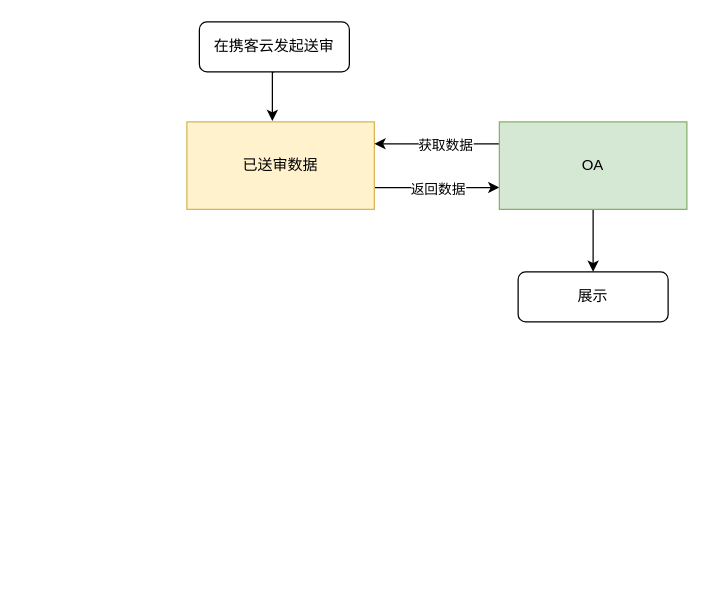
Before: OA对接携客云SRM.drawio in pbm0802/GitIDEATest, a draw.io diagram. Source tidied: cells renumbered, new cells numbered last; positions are measured from the earlier drawing's top-left corner, leaving out a move shared by most shapes. Both pictures are drawn from the tidied source at 125%, with x=0, y=0 at pixel (186, 21).
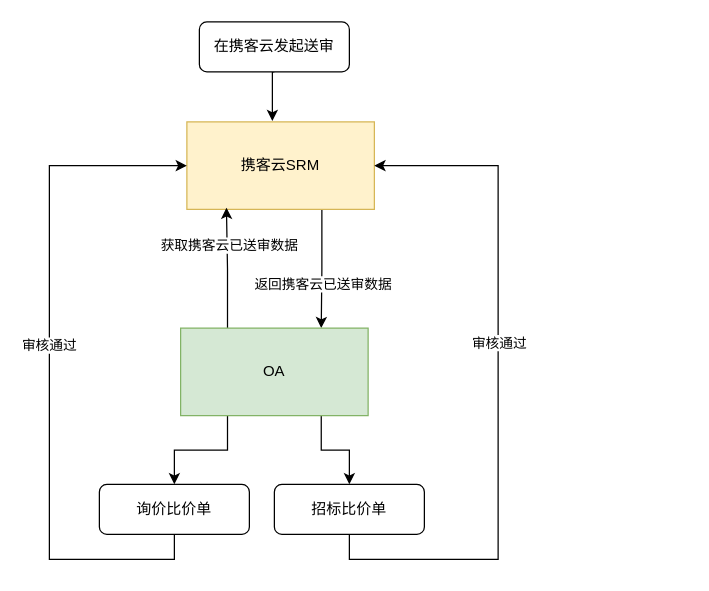
The same diagram, later.

Commit message (it also covers changes not shown here):
更新OA对接携客云SRM.drawio

Diff of the diagram source:
```diff
@@
-    <mxCell id="4" style="edgeStyle=orthogonalEdgeStyle;rounded=0;jettySize=auto;html=1;exitX=1;exitY=0.75;exitDx=0;exitDy=0;entryX=0;entryY=0.75;entryDx=0;entryDy=0;" parent="1" edge="1" source="6" target="11">
-      <mxGeometry relative="1" as="geometry" />
+    <mxCell id="4" style="edgeStyle=orthogonalEdgeStyle;rounded=0;jettySize=auto;html=1;exitX=0.75;exitY=1;exitDx=0;exitDy=0;entryX=0.75;entryY=0;entryDx=0;entryDy=0;" parent="1" edge="1" source="6" target="11">
+      <mxGeometry relative="1" as="geometry">
+        <Array as="points">
+          <mxPoint x="108" y="150" />
+          <mxPoint x="108" y="198" />
+        </Array>
+      </mxGeometry>
     </mxCell>
-    <mxCell id="5" value="返回数据" style="edgeLabel;html=1;align=center;verticalAlign=middle;" parent="4" vertex="1">
-      <mxGeometry x="-0.06" y="-1" relative="1" as="geometry">
-        <mxPoint x="3" as="offset" />
-      </mxGeometry>
-    </mxCell>
+    <mxCell id="12" value="返回携客云已送审数据" style="edgeLabel;html=1;align=center;verticalAlign=middle;" parent="4" vertex="1">
+      <mxGeometry x="0.28" y="1" relative="1" as="geometry" />
+    </mxCell>
-    <mxCell id="6" value="已送审数据" style="rounded=0;whiteSpace=wrap;html=1;fillColor=#fff2cc;strokeColor=#d6b656;" parent="1" vertex="1">
+    <mxCell id="6" value="携客云SRM" style="rounded=0;whiteSpace=wrap;html=1;fillColor=#fff2cc;strokeColor=#d6b656;" parent="1" vertex="1">
       <mxGeometry y="80" width="150" height="70" as="geometry" />
     </mxCell>
-    <mxCell id="7" value="展示" style="rounded=1;whiteSpace=wrap;html=1;fontSize=12;glass=0;strokeWidth=1;shadow=0;" parent="1" vertex="1">
-      <mxGeometry x="265" y="200" width="120" height="40" as="geometry" />
-    </mxCell>
-    <mxCell id="8" style="edgeStyle=orthogonalEdgeStyle;rounded=0;jettySize=auto;html=1;exitX=0;exitY=0.25;exitDx=0;exitDy=0;entryX=1;entryY=0.25;entryDx=0;entryDy=0;" parent="1" edge="1" source="11" target="6">
+    <mxCell id="8" style="edgeStyle=orthogonalEdgeStyle;rounded=0;jettySize=auto;html=1;exitX=0.25;exitY=0;exitDx=0;exitDy=0;entryX=0.211;entryY=0.981;entryDx=0;entryDy=0;entryPerimeter=0;" parent="1" edge="1" source="11" target="6">
       <mxGeometry relative="1" as="geometry" />
     </mxCell>
-    <mxCell id="9" value="获取数据" style="edgeLabel;html=1;align=center;verticalAlign=middle;" parent="8" vertex="1">
-      <mxGeometry x="-0.12" y="1" relative="1" as="geometry" />
-    </mxCell>
-    <mxCell id="10" style="edgeStyle=orthogonalEdgeStyle;rounded=0;jettySize=auto;html=1;exitX=0.5;exitY=1;exitDx=0;exitDy=0;entryX=0.5;entryY=0;entryDx=0;entryDy=0;" parent="1" edge="1" source="11" target="7">
-      <mxGeometry relative="1" as="geometry" />
-    </mxCell>
+    <mxCell id="13" value="获取携客云已送审数据" style="edgeLabel;html=1;align=center;verticalAlign=middle;" parent="8" vertex="1">
+      <mxGeometry x="-0.03" relative="1" as="geometry">
+        <mxPoint x="1" y="-20" as="offset" />
+      </mxGeometry>
+    </mxCell>
+    <mxCell id="14" style="edgeStyle=orthogonalEdgeStyle;rounded=0;jettySize=auto;html=1;exitX=0.25;exitY=1;exitDx=0;exitDy=0;entryX=0.5;entryY=0;entryDx=0;entryDy=0;" parent="1" edge="1" source="11" target="18">
+      <mxGeometry relative="1" as="geometry" />
+    </mxCell>
+    <mxCell id="15" style="edgeStyle=orthogonalEdgeStyle;rounded=0;jettySize=auto;html=1;exitX=0.75;exitY=1;exitDx=0;exitDy=0;entryX=0.5;entryY=0;entryDx=0;entryDy=0;" parent="1" edge="1" source="11" target="21">
+      <mxGeometry relative="1" as="geometry" />
+    </mxCell>
     <mxCell id="11" value="OA" style="rounded=0;whiteSpace=wrap;html=1;fillColor=#d5e8d4;strokeColor=#82b366;" parent="1" vertex="1">
-      <mxGeometry x="250" y="80" width="150" height="70" as="geometry" />
+      <mxGeometry x="-5" y="245" width="150" height="70" as="geometry" />
     </mxCell>
+    <mxCell id="16" style="edgeStyle=orthogonalEdgeStyle;rounded=0;orthogonalLoop=1;jettySize=auto;html=1;exitX=0.5;exitY=1;exitDx=0;exitDy=0;entryX=0;entryY=0.5;entryDx=0;entryDy=0;" parent="1" edge="1">
+      <mxGeometry relative="1" as="geometry">
+        <mxPoint x="-10" y="410" as="sourcePoint" />
+        <mxPoint y="115" as="targetPoint" />
+        <Array as="points">
+          <mxPoint x="-10" y="430" />
+          <mxPoint x="-110" y="430" />
+          <mxPoint x="-110" y="115" />
+        </Array>
+      </mxGeometry>
+    </mxCell>
+    <mxCell id="17" value="审核通过" style="edgeLabel;html=1;align=center;verticalAlign=middle;" parent="16" vertex="1">
+      <mxGeometry x="0.07" y="1" relative="1" as="geometry" />
+    </mxCell>
+    <mxCell id="18" value="询价比价单" style="rounded=1;whiteSpace=wrap;html=1;fontSize=12;glass=0;strokeWidth=1;shadow=0;" parent="1" vertex="1">
+      <mxGeometry x="-70" y="370" width="120" height="40" as="geometry" />
+    </mxCell>
+    <mxCell id="19" style="edgeStyle=orthogonalEdgeStyle;rounded=0;jettySize=auto;html=1;exitX=0.5;exitY=1;exitDx=0;exitDy=0;entryX=1;entryY=0.5;entryDx=0;entryDy=0;" parent="1" edge="1" source="21" target="6">
+      <mxGeometry relative="1" as="geometry">
+        <Array as="points">
+          <mxPoint x="130" y="430" />
+          <mxPoint x="249" y="430" />
+          <mxPoint x="249" y="115" />
+        </Array>
+      </mxGeometry>
+    </mxCell>
+    <mxCell id="20" value="审核通过" style="edgeLabel;html=1;align=center;verticalAlign=middle;" parent="19" vertex="1">
+      <mxGeometry x="0.15" relative="1" as="geometry">
+        <mxPoint y="5" as="offset" />
+      </mxGeometry>
+    </mxCell>
+    <mxCell id="21" value="招标比价单" style="rounded=1;whiteSpace=wrap;html=1;fontSize=12;glass=0;strokeWidth=1;shadow=0;" parent="1" vertex="1">
+      <mxGeometry x="70" y="370" width="120" height="40" as="geometry" />
+    </mxCell>
```
